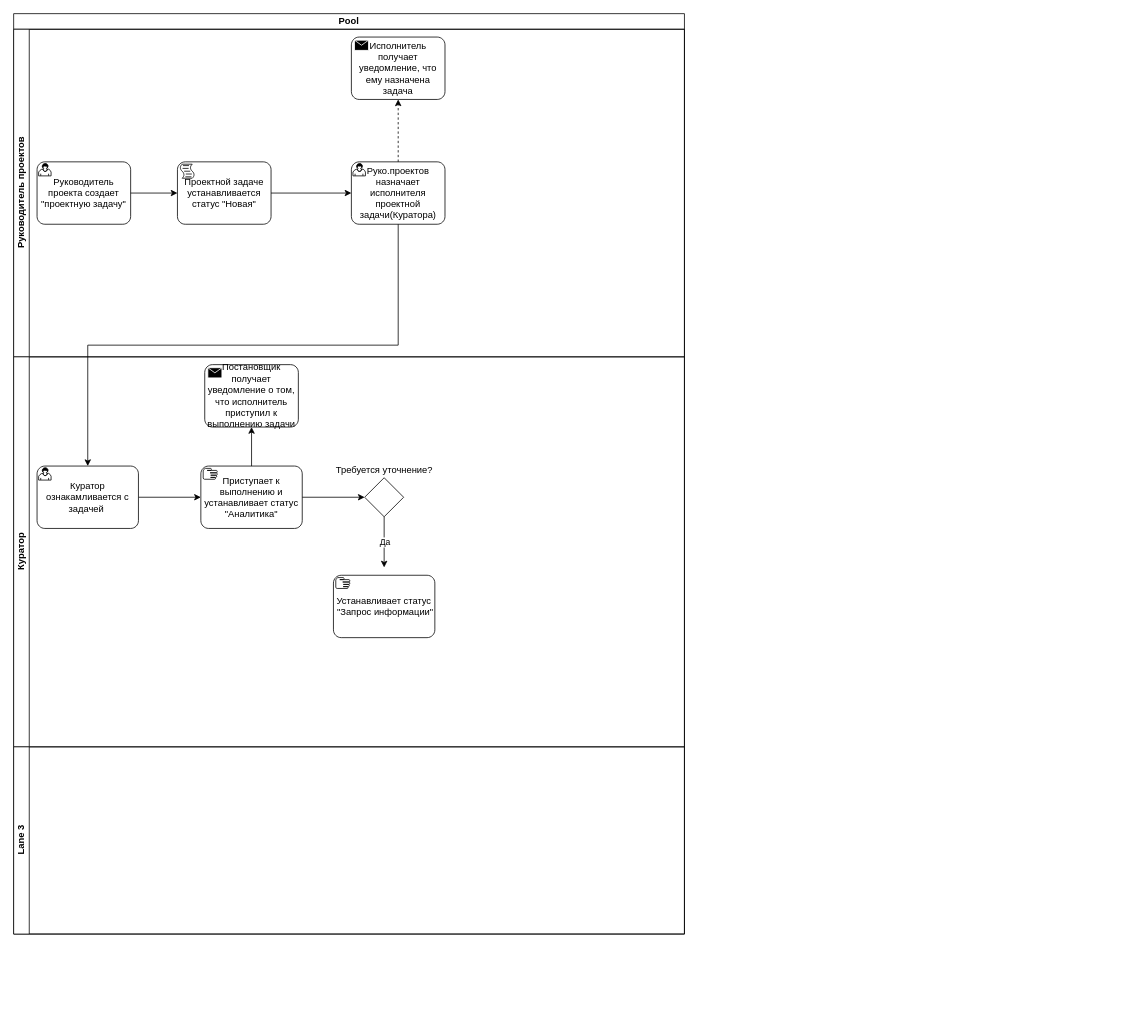
carapuz33/android-emulator-m1-preview keeps this draw.io diagram as Схема проектной задачи.drawio. Above is the earlier version. Source tidied: cells renumbered, new cells numbered last; positions are measured from the earlier drawing's top-left corner, leaving out a move shared by most shapes. Both pictures are drawn from the tidied source at 78%, with x=0, y=0 at pixel (13, 13).
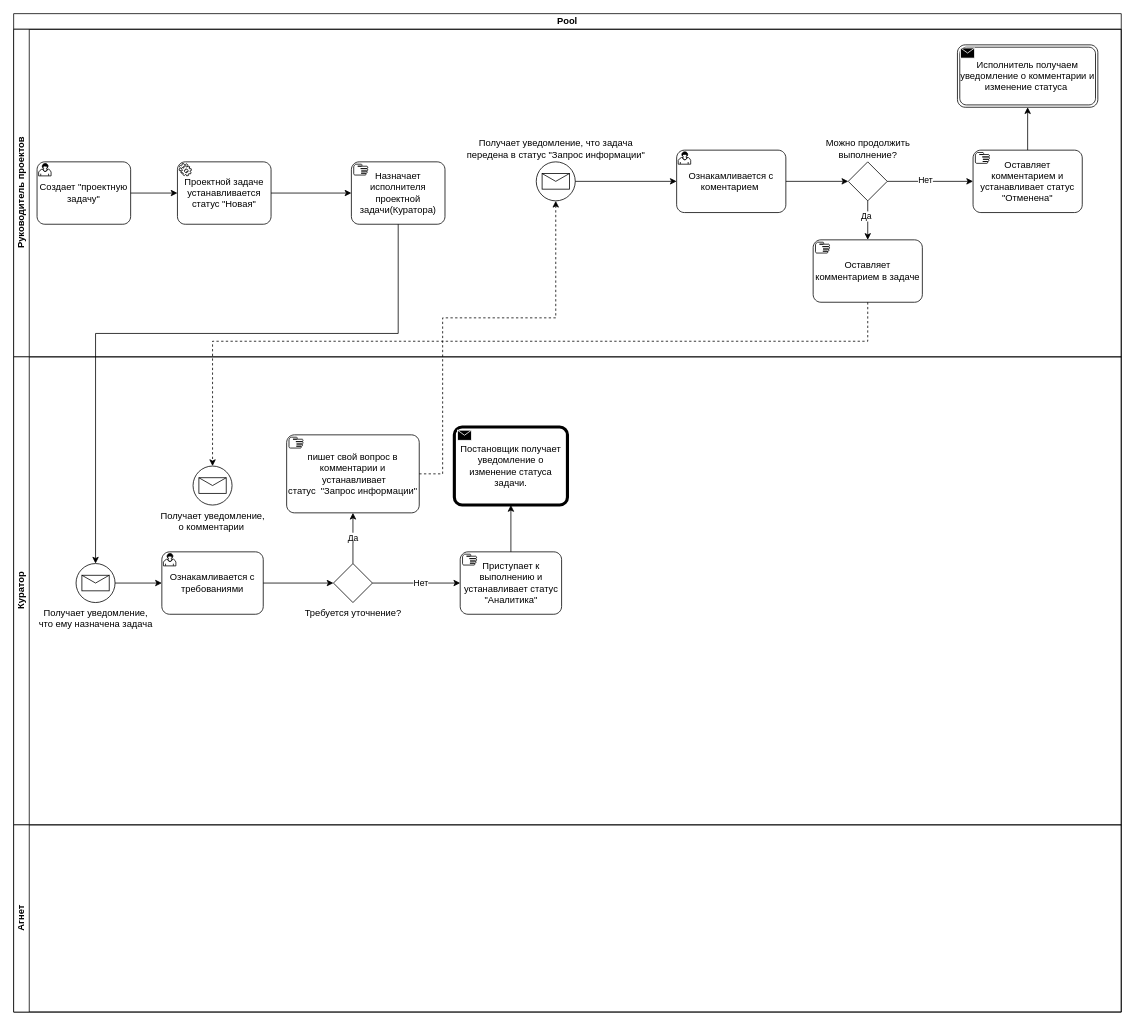
After the change.

The edit, as a diff of the source:
```diff
@@
     <mxCell id="2" value="Pool" style="swimlane;html=1;horizontal=1;startSize=20;whiteSpace=wrap;" parent="1" vertex="1">
-      <mxGeometry width="860" height="1180" as="geometry" />
+      <mxGeometry width="1420" height="1280" as="geometry" />
     </mxCell>
     <mxCell id="3" value="Руководитель проектов" style="swimlane;html=1;startSize=20;horizontal=0;" parent="2" vertex="1">
-      <mxGeometry y="20" width="860" height="420" as="geometry" />
+      <mxGeometry y="20" width="1420" height="420" as="geometry" />
     </mxCell>
-    <mxCell id="4" value="Руководитель проекта создает &quot;проектную задачу&quot;" style="points=[[0.25,0,0],[0.5,0,0],[0.75,0,0],[1,0.25,0],[1,0.5,0],[1,0.75,0],[0.75,1,0],[0.5,1,0],[0.25,1,0],[0,0.75,0],[0,0.5,0],[0,0.25,0]];shape=mxgraph.bpmn.task;whiteSpace=wrap;rectStyle=rounded;size=10;html=1;taskMarker=user;bpmnShapeType=task;" parent="3" vertex="1">
+    <mxCell id="4" value="Создает &quot;проектную задачу&quot;" style="points=[[0.25,0,0],[0.5,0,0],[0.75,0,0],[1,0.25,0],[1,0.5,0],[1,0.75,0],[0.75,1,0],[0.5,1,0],[0.25,1,0],[0,0.75,0],[0,0.5,0],[0,0.25,0]];shape=mxgraph.bpmn.task;whiteSpace=wrap;rectStyle=rounded;size=10;html=1;taskMarker=user;bpmnShapeType=task;" parent="3" vertex="1">
       <mxGeometry x="30" y="170" width="120" height="80" as="geometry" />
     </mxCell>
-    <mxCell id="5" value="Проектной задаче устанавливается статус &quot;Новая&quot;" style="points=[[0.25,0,0],[0.5,0,0],[0.75,0,0],[1,0.25,0],[1,0.5,0],[1,0.75,0],[0.75,1,0],[0.5,1,0],[0.25,1,0],[0,0.75,0],[0,0.5,0],[0,0.25,0]];shape=mxgraph.bpmn.task;whiteSpace=wrap;rectStyle=rounded;size=10;html=1;taskMarker=script;" parent="3" vertex="1">
+    <mxCell id="5" value="Проектной задаче устанавливается статус &quot;Новая&quot;" style="points=[[0.25,0,0],[0.5,0,0],[0.75,0,0],[1,0.25,0],[1,0.5,0],[1,0.75,0],[0.75,1,0],[0.5,1,0],[0.25,1,0],[0,0.75,0],[0,0.5,0],[0,0.25,0]];shape=mxgraph.bpmn.task;whiteSpace=wrap;rectStyle=rounded;size=10;html=1;taskMarker=service;" parent="3" vertex="1">
       <mxGeometry x="210" y="170" width="120" height="80" as="geometry" />
     </mxCell>
@@
-    <mxCell id="7" value="Руко.проектов назначает исполнителя проектной задачи(Куратора)" style="points=[[0.25,0,0],[0.5,0,0],[0.75,0,0],[1,0.25,0],[1,0.5,0],[1,0.75,0],[0.75,1,0],[0.5,1,0],[0.25,1,0],[0,0.75,0],[0,0.5,0],[0,0.25,0]];shape=mxgraph.bpmn.task;whiteSpace=wrap;rectStyle=rounded;size=10;html=1;taskMarker=user;" parent="3" vertex="1">
+    <mxCell id="7" value="Назначает исполнителя проектной задачи(Куратора)" style="points=[[0.25,0,0],[0.5,0,0],[0.75,0,0],[1,0.25,0],[1,0.5,0],[1,0.75,0],[0.75,1,0],[0.5,1,0],[0.25,1,0],[0,0.75,0],[0,0.5,0],[0,0.25,0]];shape=mxgraph.bpmn.task;whiteSpace=wrap;rectStyle=rounded;size=10;html=1;taskMarker=manual;" parent="3" vertex="1">
       <mxGeometry x="433" y="170" width="120" height="80" as="geometry" />
     </mxCell>
@@
-    <mxCell id="9" value="Исполнитель получает уведомление, что ему назначена задача" style="points=[[0.25,0,0],[0.5,0,0],[0.75,0,0],[1,0.25,0],[1,0.5,0],[1,0.75,0],[0.75,1,0],[0.5,1,0],[0.25,1,0],[0,0.75,0],[0,0.5,0],[0,0.25,0]];shape=mxgraph.bpmn.task;whiteSpace=wrap;rectStyle=rounded;size=10;html=1;taskMarker=send;" parent="3" vertex="1">
-      <mxGeometry x="433" y="10" width="120" height="80" as="geometry" />
-    </mxCell>
-    <mxCell id="10" style="edgeStyle=orthogonalEdgeStyle;rounded=0;jettySize=auto;html=1;exitX=0.5;exitY=0;exitDx=0;exitDy=0;exitPerimeter=0;entryX=0.5;entryY=1;entryDx=0;entryDy=0;entryPerimeter=0;dashed=1;" parent="3" edge="1" source="7" target="9">
-      <mxGeometry relative="1" as="geometry" />
-    </mxCell>
+    <mxCell id="23" value="Получает уведомление, что задача &lt;br&gt;передена в статус &quot;Запрос информации&quot;" style="points=[[0.145,0.145,0],[0.5,0,0],[0.855,0.145,0],[1,0.5,0],[0.855,0.855,0],[0.5,1,0],[0.145,0.855,0],[0,0.5,0]];shape=mxgraph.bpmn.event;html=1;verticalLabelPosition=top;labelBackgroundColor=#ffffff;verticalAlign=bottom;align=center;perimeter=ellipsePerimeter;outlineConnect=0;outline=standard;symbol=message;labelPosition=center;" parent="3" vertex="1">
+      <mxGeometry x="670" y="170" width="50" height="50" as="geometry" />
+    </mxCell>
+    <mxCell id="24" style="edgeStyle=orthogonalEdgeStyle;rounded=0;jettySize=auto;html=1;" parent="3" edge="1" source="25" target="27">
+      <mxGeometry relative="1" as="geometry" />
+    </mxCell>
+    <mxCell id="25" value="Ознакамливается с коментарием&amp;nbsp;" style="points=[[0.25,0,0],[0.5,0,0],[0.75,0,0],[1,0.25,0],[1,0.5,0],[1,0.75,0],[0.75,1,0],[0.5,1,0],[0.25,1,0],[0,0.75,0],[0,0.5,0],[0,0.25,0]];shape=mxgraph.bpmn.task;whiteSpace=wrap;rectStyle=rounded;size=10;html=1;taskMarker=user;" parent="3" vertex="1">
+      <mxGeometry x="850" y="155" width="140" height="80" as="geometry" />
+    </mxCell>
+    <mxCell id="26" style="edgeStyle=orthogonalEdgeStyle;rounded=0;jettySize=auto;html=1;entryX=0;entryY=0.5;entryDx=0;entryDy=0;entryPerimeter=0;" parent="3" edge="1" source="23" target="25">
+      <mxGeometry relative="1" as="geometry" />
+    </mxCell>
+    <mxCell id="27" value="Можно продолжить&lt;br&gt;выполнение?" style="points=[[0.25,0.25,0],[0.5,0,0],[0.75,0.25,0],[1,0.5,0],[0.75,0.75,0],[0.5,1,0],[0.25,0.75,0],[0,0.5,0]];shape=mxgraph.bpmn.gateway2;html=1;verticalLabelPosition=top;labelBackgroundColor=#ffffff;verticalAlign=bottom;align=center;perimeter=rhombusPerimeter;outlineConnect=0;outline=none;symbol=none;labelPosition=center;" parent="3" vertex="1">
+      <mxGeometry x="1070" y="170" width="50" height="50" as="geometry" />
+    </mxCell>
+    <mxCell id="28" style="edgeStyle=orthogonalEdgeStyle;rounded=0;jettySize=auto;html=1;" parent="3" edge="1" source="29" target="32">
+      <mxGeometry relative="1" as="geometry" />
+    </mxCell>
+    <mxCell id="29" value="Оставляет комментарием и устанавливает статус &quot;Отменена&quot;" style="points=[[0.25,0,0],[0.5,0,0],[0.75,0,0],[1,0.25,0],[1,0.5,0],[1,0.75,0],[0.75,1,0],[0.5,1,0],[0.25,1,0],[0,0.75,0],[0,0.5,0],[0,0.25,0]];shape=mxgraph.bpmn.task;whiteSpace=wrap;rectStyle=rounded;size=10;html=1;taskMarker=manual;" parent="3" vertex="1">
+      <mxGeometry x="1230" y="155" width="140" height="80" as="geometry" />
+    </mxCell>
+    <mxCell id="30" style="edgeStyle=orthogonalEdgeStyle;rounded=0;jettySize=auto;html=1;entryX=0;entryY=0.5;entryDx=0;entryDy=0;entryPerimeter=0;" parent="3" edge="1" source="27" target="29">
+      <mxGeometry relative="1" as="geometry" />
+    </mxCell>
+    <mxCell id="31" value="Нет" style="edgeLabel;html=1;align=center;verticalAlign=middle;" parent="30" vertex="1">
+      <mxGeometry x="-0.13" y="2" relative="1" as="geometry" />
+    </mxCell>
+    <mxCell id="32" value="Исполнитель получаем уведомление о комментарии и изменение статуса&amp;nbsp;" style="points=[[0.25,0,0],[0.5,0,0],[0.75,0,0],[1,0.25,0],[1,0.5,0],[1,0.75,0],[0.75,1,0],[0.5,1,0],[0.25,1,0],[0,0.75,0],[0,0.5,0],[0,0.25,0]];shape=mxgraph.bpmn.task;whiteSpace=wrap;rectStyle=rounded;size=10;html=1;taskMarker=send;bpmnShapeType=transaction;" parent="3" vertex="1">
+      <mxGeometry x="1210" y="20" width="180" height="80" as="geometry" />
+    </mxCell>
+    <mxCell id="33" value="Оставляет комментарием в задаче" style="points=[[0.25,0,0],[0.5,0,0],[0.75,0,0],[1,0.25,0],[1,0.5,0],[1,0.75,0],[0.75,1,0],[0.5,1,0],[0.25,1,0],[0,0.75,0],[0,0.5,0],[0,0.25,0]];shape=mxgraph.bpmn.task;whiteSpace=wrap;rectStyle=rounded;size=10;html=1;taskMarker=manual;" parent="3" vertex="1">
+      <mxGeometry x="1025" y="270" width="140" height="80" as="geometry" />
+    </mxCell>
+    <mxCell id="34" style="edgeStyle=orthogonalEdgeStyle;rounded=0;jettySize=auto;html=1;entryX=0.5;entryY=0;entryDx=0;entryDy=0;entryPerimeter=0;" parent="3" edge="1" source="27" target="33">
+      <mxGeometry relative="1" as="geometry" />
+    </mxCell>
+    <mxCell id="35" value="Да" style="edgeLabel;html=1;align=center;verticalAlign=middle;" parent="34" vertex="1">
+      <mxGeometry x="-0.24" y="-3" relative="1" as="geometry" />
+    </mxCell>
     <mxCell id="11" value="Куратор" style="swimlane;html=1;startSize=20;horizontal=0;" parent="2" vertex="1">
-      <mxGeometry y="440" width="860" height="500" as="geometry" />
+      <mxGeometry y="440" width="1420" height="600" as="geometry" />
     </mxCell>
-    <mxCell id="12" style="edgeStyle=orthogonalEdgeStyle;rounded=0;jettySize=auto;html=1;" parent="11" edge="1" source="13" target="14">
-      <mxGeometry relative="1" as="geometry" />
-    </mxCell>
-    <mxCell id="13" value="Куратор ознакамливается с задачей&amp;nbsp;" style="points=[[0.25,0,0],[0.5,0,0],[0.75,0,0],[1,0.25,0],[1,0.5,0],[1,0.75,0],[0.75,1,0],[0.5,1,0],[0.25,1,0],[0,0.75,0],[0,0.5,0],[0,0.25,0]];shape=mxgraph.bpmn.task;whiteSpace=wrap;rectStyle=rounded;size=10;html=1;taskMarker=user;" parent="11" vertex="1">
-      <mxGeometry x="30" y="140" width="130" height="80" as="geometry" />
+    <mxCell id="13" value="Ознакамливается с требованиями" style="points=[[0.25,0,0],[0.5,0,0],[0.75,0,0],[1,0.25,0],[1,0.5,0],[1,0.75,0],[0.75,1,0],[0.5,1,0],[0.25,1,0],[0,0.75,0],[0,0.5,0],[0,0.25,0]];shape=mxgraph.bpmn.task;whiteSpace=wrap;rectStyle=rounded;size=10;html=1;taskMarker=user;" parent="11" vertex="1">
+      <mxGeometry x="190" y="250" width="130" height="80" as="geometry" />
     </mxCell>
+    <mxCell id="15" value="Постановщик получает уведомление о изменение статуса задачи." style="points=[[0.25,0,0],[0.5,0,0],[0.75,0,0],[1,0.25,0],[1,0.5,0],[1,0.75,0],[0.75,1,0],[0.5,1,0],[0.25,1,0],[0,0.75,0],[0,0.5,0],[0,0.25,0]];shape=mxgraph.bpmn.task;whiteSpace=wrap;rectStyle=rounded;size=10;html=1;taskMarker=send;bpmnShapeType=call;" parent="11" vertex="1">
+      <mxGeometry x="565" y="90" width="145" height="100" as="geometry" />
+    </mxCell>
+    <mxCell id="18" value="Требуется уточнение?" style="points=[[0.25,0.25,0],[0.5,0,0],[0.75,0.25,0],[1,0.5,0],[0.75,0.75,0],[0.5,1,0],[0.25,0.75,0],[0,0.5,0]];shape=mxgraph.bpmn.gateway2;html=1;verticalLabelPosition=bottom;labelBackgroundColor=#ffffff;verticalAlign=top;align=center;perimeter=rhombusPerimeter;outlineConnect=0;outline=none;symbol=none;noLabel=0;direction=east;shadow=0;backgroundOutline=1;overflow=visible;portConstraint=south;portConstraintRotation=0;labelPosition=center;" parent="11" vertex="1">
+      <mxGeometry x="410" y="265" width="50" height="50" as="geometry" />
+    </mxCell>
+    <mxCell id="20" value="пишет свой вопрос в комментарии и &amp;nbsp;устанавливает&lt;br&gt;статус &amp;nbsp;&quot;Запрос информации&quot;" style="points=[[0.25,0,0],[0.5,0,0],[0.75,0,0],[1,0.25,0],[1,0.5,0],[1,0.75,0],[0.75,1,0],[0.5,1,0],[0.25,1,0],[0,0.75,0],[0,0.5,0],[0,0.25,0]];shape=mxgraph.bpmn.task;whiteSpace=wrap;rectStyle=rounded;size=10;html=1;taskMarker=manual;" parent="11" vertex="1">
+      <mxGeometry x="350" y="100" width="170" height="100" as="geometry" />
+    </mxCell>
+    <mxCell id="36" value="Да" style="edgeStyle=orthogonalEdgeStyle;rounded=0;jettySize=auto;html=1;exitX=0.5;exitY=0;exitDx=0;exitDy=0;exitPerimeter=0;entryX=0.5;entryY=1;entryDx=0;entryDy=0;entryPerimeter=0;" parent="11" edge="1" source="18" target="20">
+      <mxGeometry relative="1" as="geometry" />
+    </mxCell>
     <mxCell id="14" value="Приступает к выполнению и устанавливает статус &quot;Аналитика&quot;" style="points=[[0.25,0,0],[0.5,0,0],[0.75,0,0],[1,0.25,0],[1,0.5,0],[1,0.75,0],[0.75,1,0],[0.5,1,0],[0.25,1,0],[0,0.75,0],[0,0.5,0],[0,0.25,0]];shape=mxgraph.bpmn.task;whiteSpace=wrap;rectStyle=rounded;size=10;html=1;taskMarker=manual;" parent="11" vertex="1">
-      <mxGeometry x="240" y="140" width="130" height="80" as="geometry" />
+      <mxGeometry x="572.5" y="250" width="130" height="80" as="geometry" />
     </mxCell>
-    <mxCell id="15" value="Постановщик получает уведомление о том, что исполнитель приступил к выполнению задачи&lt;br&gt;" style="points=[[0.25,0,0],[0.5,0,0],[0.75,0,0],[1,0.25,0],[1,0.5,0],[1,0.75,0],[0.75,1,0],[0.5,1,0],[0.25,1,0],[0,0.75,0],[0,0.5,0],[0,0.25,0]];shape=mxgraph.bpmn.task;whiteSpace=wrap;rectStyle=rounded;size=10;html=1;taskMarker=send;" parent="11" vertex="1">
-      <mxGeometry x="245" y="10" width="120" height="80" as="geometry" />
-    </mxCell>
+    <mxCell id="37" style="edgeStyle=orthogonalEdgeStyle;rounded=0;jettySize=auto;html=1;exitX=1;exitY=0.5;exitDx=0;exitDy=0;exitPerimeter=0;entryX=0;entryY=0.5;entryDx=0;entryDy=0;entryPerimeter=0;" parent="11" edge="1" source="18" target="14">
+      <mxGeometry relative="1" as="geometry" />
+    </mxCell>
+    <mxCell id="38" value="Нет" style="edgeLabel;html=1;align=center;verticalAlign=middle;" parent="37" vertex="1">
+      <mxGeometry x="0.09" y="1" relative="1" as="geometry" />
+    </mxCell>
+    <mxCell id="39" style="edgeStyle=orthogonalEdgeStyle;rounded=0;jettySize=auto;html=1;" parent="11" edge="1" source="40" target="13">
+      <mxGeometry relative="1" as="geometry" />
+    </mxCell>
+    <mxCell id="40" value="Получает уведомление, &lt;br&gt;что ему назначена задача" style="points=[[0.145,0.145,0],[0.5,0,0],[0.855,0.145,0],[1,0.5,0],[0.855,0.855,0],[0.5,1,0],[0.145,0.855,0],[0,0.5,0]];shape=mxgraph.bpmn.event;html=1;verticalLabelPosition=bottom;labelBackgroundColor=#ffffff;verticalAlign=top;align=center;perimeter=ellipsePerimeter;outlineConnect=0;outline=standard;symbol=message;" parent="11" vertex="1">
+      <mxGeometry x="80" y="265" width="50" height="50" as="geometry" />
+    </mxCell>
+    <mxCell id="41" style="edgeStyle=orthogonalEdgeStyle;rounded=0;jettySize=auto;html=1;exitX=1;exitY=0.5;exitDx=0;exitDy=0;exitPerimeter=0;entryX=0;entryY=0.5;entryDx=0;entryDy=0;entryPerimeter=0;" parent="11" edge="1" source="13" target="18">
+      <mxGeometry relative="1" as="geometry" />
+    </mxCell>
-    <mxCell id="16" style="edgeStyle=orthogonalEdgeStyle;rounded=0;jettySize=auto;html=1;entryX=0.5;entryY=1;entryDx=0;entryDy=0;entryPerimeter=0;" parent="11" edge="1" source="14" target="15">
+    <mxCell id="16" style="edgeStyle=orthogonalEdgeStyle;rounded=0;jettySize=auto;html=1;exitX=0.5;exitY=0;exitDx=0;exitDy=0;exitPerimeter=0;entryX=0.5;entryY=1;entryDx=0;entryDy=0;entryPerimeter=0;" parent="11" edge="1" source="14" target="15">
       <mxGeometry relative="1" as="geometry" />
     </mxCell>
-    <mxCell id="17" value="Да" style="edgeStyle=orthogonalEdgeStyle;rounded=0;jettySize=auto;html=1;" parent="11" edge="1" source="18">
-      <mxGeometry relative="1" as="geometry">
-        <mxPoint x="475" y="270" as="targetPoint" />
-      </mxGeometry>
-    </mxCell>
-    <mxCell id="18" value="Требуется уточнение?" style="points=[[0.25,0.25,0],[0.5,0,0],[0.75,0.25,0],[1,0.5,0],[0.75,0.75,0],[0.5,1,0],[0.25,0.75,0],[0,0.5,0]];shape=mxgraph.bpmn.gateway2;html=1;verticalLabelPosition=top;labelBackgroundColor=#ffffff;verticalAlign=bottom;align=center;perimeter=rhombusPerimeter;outlineConnect=0;outline=none;symbol=none;noLabel=0;direction=east;shadow=0;backgroundOutline=1;overflow=visible;portConstraint=south;portConstraintRotation=0;labelPosition=center;" parent="11" vertex="1">
-      <mxGeometry x="450" y="155" width="50" height="50" as="geometry" />
-    </mxCell>
-    <mxCell id="19" style="edgeStyle=orthogonalEdgeStyle;rounded=0;jettySize=auto;html=1;exitX=1;exitY=0.5;exitDx=0;exitDy=0;exitPerimeter=0;entryX=0;entryY=0.5;entryDx=0;entryDy=0;entryPerimeter=0;" parent="11" edge="1" source="14" target="18">
-      <mxGeometry relative="1" as="geometry" />
-    </mxCell>
-    <mxCell id="20" value="Устанавливает статус &amp;nbsp;&quot;Запрос информации&quot;" style="points=[[0.25,0,0],[0.5,0,0],[0.75,0,0],[1,0.25,0],[1,0.5,0],[1,0.75,0],[0.75,1,0],[0.5,1,0],[0.25,1,0],[0,0.75,0],[0,0.5,0],[0,0.25,0]];shape=mxgraph.bpmn.task;whiteSpace=wrap;rectStyle=rounded;size=10;html=1;taskMarker=manual;" parent="11" vertex="1">
-      <mxGeometry x="410" y="280" width="130" height="80" as="geometry" />
-    </mxCell>
+    <mxCell id="42" value="Получает уведомление, &lt;br&gt;о комментарии&amp;nbsp;" style="points=[[0.145,0.145,0],[0.5,0,0],[0.855,0.145,0],[1,0.5,0],[0.855,0.855,0],[0.5,1,0],[0.145,0.855,0],[0,0.5,0]];shape=mxgraph.bpmn.event;html=1;verticalLabelPosition=bottom;labelBackgroundColor=#ffffff;verticalAlign=top;align=center;perimeter=ellipsePerimeter;outlineConnect=0;outline=standard;symbol=message;" parent="11" vertex="1">
+      <mxGeometry x="230" y="140" width="50" height="50" as="geometry" />
+    </mxCell>
-    <mxCell id="21" value="Lane 3" style="swimlane;html=1;startSize=20;horizontal=0;" parent="2" vertex="1">
-      <mxGeometry y="940" width="860" height="240" as="geometry" />
+    <mxCell id="21" value="Агнет" style="swimlane;html=1;startSize=20;horizontal=0;" parent="2" vertex="1">
+      <mxGeometry y="1040" width="1420" height="240" as="geometry" />
     </mxCell>
-    <mxCell id="22" style="edgeStyle=orthogonalEdgeStyle;rounded=0;jettySize=auto;html=1;exitX=0.5;exitY=1;exitDx=0;exitDy=0;exitPerimeter=0;" parent="2" edge="1" source="7" target="13">
-      <mxGeometry relative="1" as="geometry" />
-    </mxCell>
+    <mxCell id="43" style="edgeStyle=orthogonalEdgeStyle;rounded=0;jettySize=auto;html=1;exitX=0.5;exitY=1;exitDx=0;exitDy=0;exitPerimeter=0;entryX=0.5;entryY=0;entryDx=0;entryDy=0;entryPerimeter=0;" parent="2" edge="1" source="7" target="40">
+      <mxGeometry relative="1" as="geometry">
+        <Array as="points">
+          <mxPoint x="493" y="410" />
+          <mxPoint x="105" y="410" />
+        </Array>
+      </mxGeometry>
+    </mxCell>
+    <mxCell id="44" style="edgeStyle=orthogonalEdgeStyle;rounded=0;jettySize=auto;html=1;dashed=1;" parent="2" edge="1" source="20" target="23">
+      <mxGeometry relative="1" as="geometry">
+        <Array as="points">
+          <mxPoint x="550" y="590" />
+          <mxPoint x="550" y="390" />
+          <mxPoint x="695" y="390" />
+        </Array>
+      </mxGeometry>
+    </mxCell>
+    <mxCell id="45" style="edgeStyle=orthogonalEdgeStyle;rounded=0;jettySize=auto;html=1;dashed=1;entryX=0.5;entryY=0;entryDx=0;entryDy=0;entryPerimeter=0;" parent="2" edge="1" source="33" target="42">
+      <mxGeometry relative="1" as="geometry">
+        <Array as="points">
+          <mxPoint x="1095" y="420" />
+          <mxPoint x="255" y="420" />
+        </Array>
+      </mxGeometry>
+    </mxCell>
```
